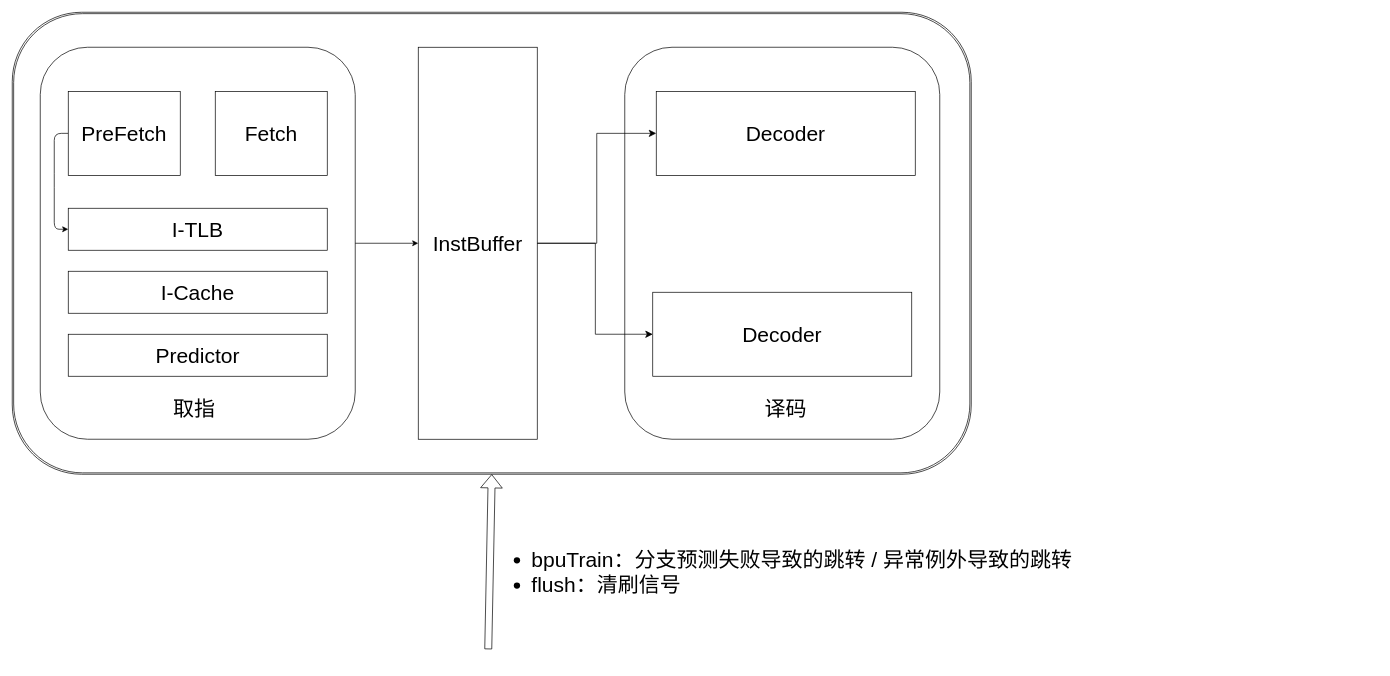
NoAXI/NoAXI-LoongArch-CPU keeps this draw.io diagram as doc/frontend.drawio. Above is the earlier version. Source tidied: cells renumbered, new cells numbered last; positions are measured from the earlier drawing's top-left corner, leaving out a move shared by most shapes. Both pictures are drawn from the tidied source at 70%, with x=0, y=0 at pixel (12, 12).
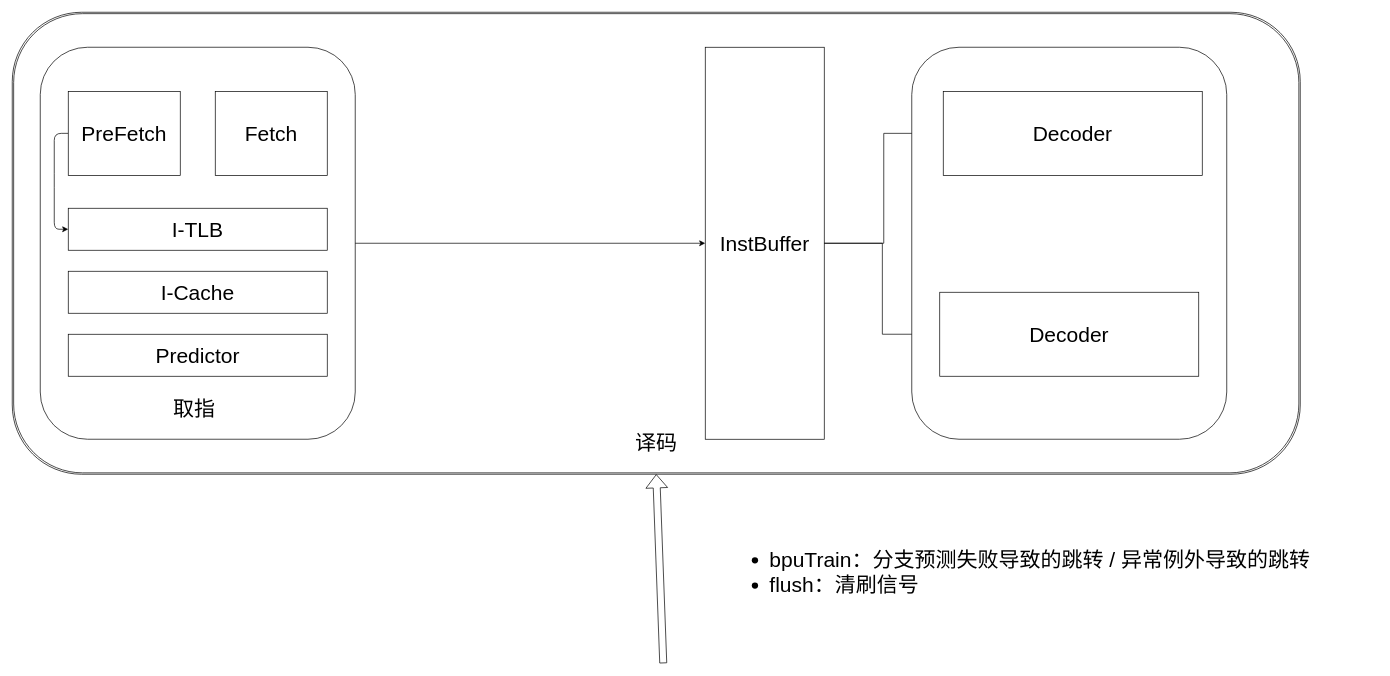
Above is the later version.

Diff of the diagram source:
```diff
@@
     <mxCell id="2" style="shape=ext;double=1;rounded=1;whiteSpace=wrap;html=1;strokeColor=default;fontFamily=Helvetica;fontSize=30;fontColor=default;fillColor=default;" parent="1" vertex="1">
-      <mxGeometry width="1370" height="660" as="geometry" />
+      <mxGeometry width="1840" height="660" as="geometry" />
     </mxCell>
-    <mxCell id="3" style="rounded=1;whiteSpace=wrap;html=1;strokeColor=default;fontFamily=Helvetica;fontSize=30;fontColor=default;fillColor=default;" parent="1" vertex="1">
-      <mxGeometry x="875" y="50" width="450" height="560" as="geometry" />
-    </mxCell>
@@
     <mxCell id="12" value="InstBuffer" style="rounded=0;whiteSpace=wrap;html=1;strokeColor=default;fontFamily=Helvetica;fontSize=30;fontColor=default;fillColor=default;" parent="1" vertex="1">
-      <mxGeometry x="580" y="50" width="170" height="560" as="geometry" />
+      <mxGeometry x="990" y="50" width="170" height="560" as="geometry" />
     </mxCell>
@@
-    <mxCell id="14" value="Decoder" style="rounded=0;whiteSpace=wrap;html=1;strokeColor=default;fontFamily=Helvetica;fontSize=30;fontColor=default;fillColor=default;" parent="1" vertex="1">
-      <mxGeometry x="920" y="113" width="370" height="120" as="geometry" />
-    </mxCell>
-    <mxCell id="15" value="Decoder" style="rounded=0;whiteSpace=wrap;html=1;strokeColor=default;fontFamily=Helvetica;fontSize=30;fontColor=default;fillColor=default;" parent="1" vertex="1">
-      <mxGeometry x="915" y="400" width="370" height="120" as="geometry" />
-    </mxCell>
@@
     <mxCell id="18" value="译码" style="text;html=1;strokeColor=none;fillColor=none;align=center;verticalAlign=middle;whiteSpace=wrap;rounded=0;fontSize=30;" parent="1" vertex="1">
-      <mxGeometry x="1065" y="551" width="80" height="30" as="geometry" />
+      <mxGeometry x="880" y="600" width="80" height="30" as="geometry" />
     </mxCell>
     <mxCell id="19" style="shape=flexArrow;endArrow=classic;html=1;fontFamily=Helvetica;fontSize=30;fontColor=default;entryX=0.5;entryY=1;entryDx=0;entryDy=0;" parent="1" edge="1" target="2">
       <mxGeometry relative="1" as="geometry">
-        <mxPoint x="680" y="910" as="sourcePoint" />
+        <mxPoint x="930" y="930" as="sourcePoint" />
       </mxGeometry>
     </mxCell>
     <mxCell id="20" value="&lt;ul&gt;&lt;li&gt;bpuTrain：分支预测失败导致的跳转 / 异常例外导致的跳转&lt;/li&gt;&lt;li&gt;flush：清刷信号&lt;/li&gt;&lt;/ul&gt;" style="text;strokeColor=none;fillColor=none;html=1;whiteSpace=wrap;verticalAlign=middle;overflow=hidden;rounded=0;fontFamily=Helvetica;fontSize=30;fontColor=default;" parent="1" vertex="1">
-      <mxGeometry x="700" y="700" width="910" height="200" as="geometry" />
+      <mxGeometry x="1040" y="700" width="910" height="200" as="geometry" />
     </mxCell>
+    <mxCell id="21" style="group;" parent="1" vertex="1">
+      <mxGeometry x="1285" y="50" width="450" height="560" as="geometry" />
+    </mxCell>
+    <mxCell id="3" style="rounded=1;whiteSpace=wrap;html=1;strokeColor=default;fontFamily=Helvetica;fontSize=30;fontColor=default;fillColor=default;" parent="21" vertex="1">
+      <mxGeometry width="450" height="560" as="geometry" />
+    </mxCell>
+    <mxCell id="14" value="Decoder" style="rounded=0;whiteSpace=wrap;html=1;strokeColor=default;fontFamily=Helvetica;fontSize=30;fontColor=default;fillColor=default;" parent="21" vertex="1">
+      <mxGeometry x="45" y="63" width="370" height="120" as="geometry" />
+    </mxCell>
+    <mxCell id="15" value="Decoder" style="rounded=0;whiteSpace=wrap;html=1;strokeColor=default;fontFamily=Helvetica;fontSize=30;fontColor=default;fillColor=default;" parent="21" vertex="1">
+      <mxGeometry x="40" y="350" width="370" height="120" as="geometry" />
+    </mxCell>
```
